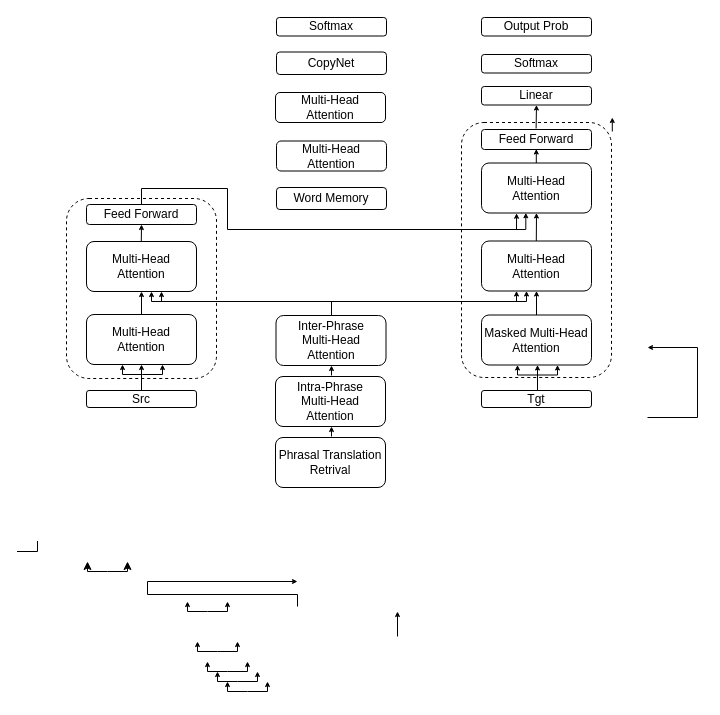
lizezhonglaile/drawio keeps this draw.io diagram as phraseNMT.drawio. Above is the earlier version. Source tidied: cells renumbered, new cells numbered last; positions are measured from the earlier drawing's top-left corner, leaving out a move shared by most shapes. Both pictures are drawn from the tidied source at 100%, with x=0, y=0 at pixel (17, 17).
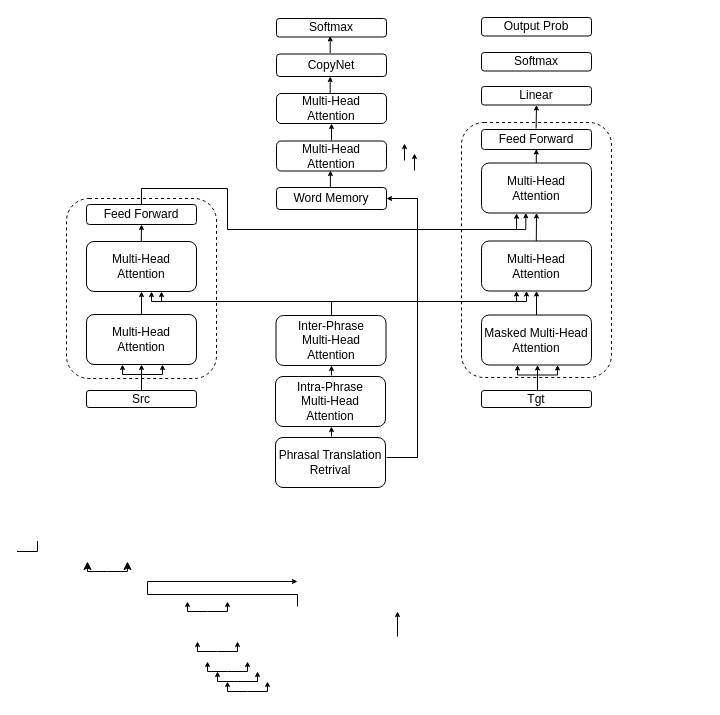
After the change.

Change to the diagram source:
```diff
@@
-    <mxCell id="37" style="endArrow=classic;html=1;rounded=0;fontSize=4;startSize=3;endSize=3;jumpSize=3;exitX=0.5;exitY=0;exitDx=0;exitDy=0;" parent="1" edge="1">
+    <mxCell id="37" style="endArrow=classic;html=1;rounded=0;fontSize=4;startSize=3;endSize=3;jumpSize=3;entryX=0.5;entryY=1;entryDx=0;entryDy=0;" parent="1" edge="1" target="52">
       <mxGeometry relative="1" as="geometry">
-        <mxPoint x="594.8" y="114" as="sourcePoint" />
-        <mxPoint x="594.8" y="100" as="targetPoint" />
+        <mxPoint x="314" y="123" as="sourcePoint" />
       </mxGeometry>
     </mxCell>
@@
     <mxCell id="44" style="endArrow=classic;startArrow=none;html=1;rounded=0;fontSize=4;startSize=3;endSize=3;jumpSize=3;endFill=1;startFill=0;" parent="1" edge="1">
       <mxGeometry relative="1" as="geometry">
-        <mxPoint x="630" y="400" as="sourcePoint" />
-        <mxPoint x="630" y="330" as="targetPoint" />
+        <mxPoint x="369" y="440" as="sourcePoint" />
+        <mxPoint x="369" y="181" as="targetPoint" />
         <Array as="points">
-          <mxPoint x="680" y="400" />
-          <mxPoint x="680" y="330" />
+          <mxPoint x="400" y="440" />
+          <mxPoint x="400" y="181" />
         </Array>
       </mxGeometry>
     </mxCell>
@@
     <mxCell id="46" value="Softmax" style="rounded=1;whiteSpace=wrap;html=1;" parent="1" vertex="1">
-      <mxGeometry x="464" y="37" width="110" height="18.5" as="geometry" />
+      <mxGeometry x="464" y="35" width="110" height="18.5" as="geometry" />
     </mxCell>
     <mxCell id="47" value="CopyNet" style="rounded=1;whiteSpace=wrap;html=1;" parent="1" vertex="1">
-      <mxGeometry x="259" y="34.5" width="110" height="22.5" as="geometry" />
+      <mxGeometry x="259" y="36.5" width="110" height="22.5" as="geometry" />
     </mxCell>
     <mxCell id="48" value="Softmax" style="rounded=1;whiteSpace=wrap;html=1;" parent="1" vertex="1">
-      <mxGeometry x="259" width="110" height="18.5" as="geometry" />
+      <mxGeometry x="259" y="1" width="110" height="18.5" as="geometry" />
     </mxCell>
@@
     <mxCell id="52" value="Multi-Head &lt;br&gt;Attention" style="rounded=1;whiteSpace=wrap;html=1;" parent="1" vertex="1">
-      <mxGeometry x="258" y="75" width="110" height="30" as="geometry" />
+      <mxGeometry x="259" y="76" width="110" height="30" as="geometry" />
     </mxCell>
+    <mxCell id="53" style="endArrow=classic;html=1;rounded=0;fontSize=4;startSize=3;endSize=3;jumpSize=3;entryX=0.5;entryY=1;entryDx=0;entryDy=0;" parent="1" edge="1">
+      <mxGeometry relative="1" as="geometry">
+        <mxPoint x="312.9" y="170" as="sourcePoint" />
+        <mxPoint x="312.9" y="153" as="targetPoint" />
+      </mxGeometry>
+    </mxCell>
+    <mxCell id="54" style="endArrow=classic;html=1;rounded=0;fontSize=4;startSize=3;endSize=3;jumpSize=3;entryX=0.5;entryY=1;entryDx=0;entryDy=0;" parent="1" edge="1">
+      <mxGeometry relative="1" as="geometry">
+        <mxPoint x="312.7" y="76" as="sourcePoint" />
+        <mxPoint x="312.7" y="59" as="targetPoint" />
+      </mxGeometry>
+    </mxCell>
+    <mxCell id="55" style="endArrow=classic;html=1;rounded=0;fontSize=4;startSize=3;endSize=3;jumpSize=3;entryX=0.5;entryY=1;entryDx=0;entryDy=0;" parent="1" edge="1">
+      <mxGeometry relative="1" as="geometry">
+        <mxPoint x="387" y="143" as="sourcePoint" />
+        <mxPoint x="387" y="126" as="targetPoint" />
+      </mxGeometry>
+    </mxCell>
+    <mxCell id="56" style="endArrow=classic;html=1;rounded=0;fontSize=4;startSize=3;endSize=3;jumpSize=3;entryX=0.5;entryY=1;entryDx=0;entryDy=0;" parent="1" edge="1">
+      <mxGeometry relative="1" as="geometry">
+        <mxPoint x="312.7" y="35.5" as="sourcePoint" />
+        <mxPoint x="312.7" y="18.5" as="targetPoint" />
+      </mxGeometry>
+    </mxCell>
+    <mxCell id="57" style="endArrow=classic;html=1;rounded=0;fontSize=4;startSize=3;endSize=3;jumpSize=3;entryX=0.5;entryY=1;entryDx=0;entryDy=0;" parent="1" edge="1">
+      <mxGeometry relative="1" as="geometry">
+        <mxPoint x="397" y="153" as="sourcePoint" />
+        <mxPoint x="397" y="136" as="targetPoint" />
+      </mxGeometry>
+    </mxCell>
```
